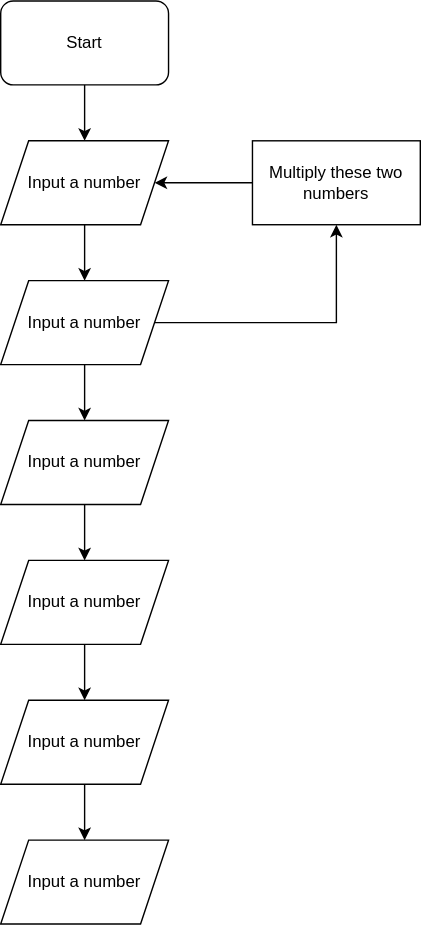
Above: Lessons/Unit4/6 numbers.drawio.svg in PPMAN123/ICS2D1 (draw.io), before the change. Source tidied: cells renumbered, new cells last; positions are measured from the earlier drawing's top-left corner, leaving out a move shared by most shapes.
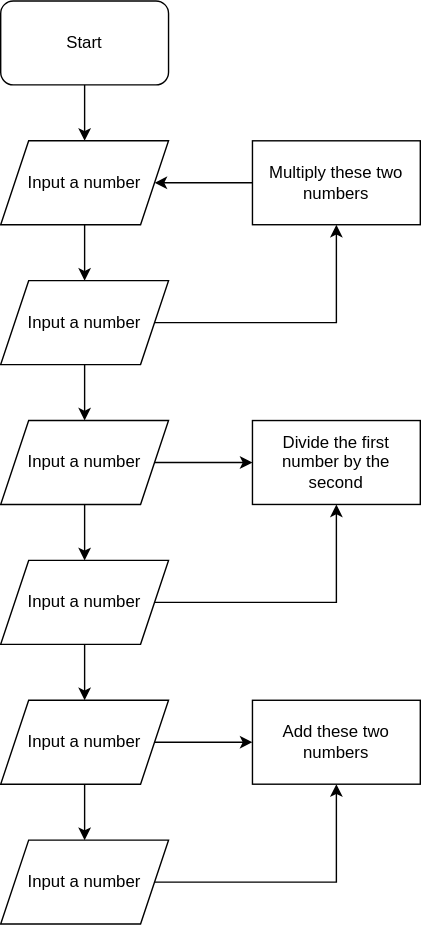
After the change.

What changed in the source:
```diff
@@ -26,21 +26,33 @@
     <mxCell id="9" style="edgeStyle=orthogonalEdgeStyle;rounded=0;jettySize=auto;html=1;" parent="1" edge="1" source="10" target="12">
       <mxGeometry relative="1" as="geometry" />
     </mxCell>
+    <mxCell id="18" style="edgeStyle=orthogonalEdgeStyle;rounded=0;jettySize=auto;html=1;" parent="1" edge="1" source="10" target="22">
+      <mxGeometry relative="1" as="geometry" />
+    </mxCell>
     <mxCell id="10" value="Input a number" style="shape=parallelogram;perimeter=parallelogramPerimeter;whiteSpace=wrap;html=1;fixedSize=1;" parent="1" vertex="1">
       <mxGeometry y="300" width="120" height="60" as="geometry" />
     </mxCell>
     <mxCell id="11" style="edgeStyle=orthogonalEdgeStyle;rounded=0;jettySize=auto;html=1;" parent="1" edge="1" source="12" target="14">
       <mxGeometry relative="1" as="geometry" />
     </mxCell>
+    <mxCell id="19" style="edgeStyle=orthogonalEdgeStyle;rounded=0;jettySize=auto;html=1;entryX=0.5;entryY=1;entryDx=0;entryDy=0;" parent="1" edge="1" source="12" target="22">
+      <mxGeometry relative="1" as="geometry" />
+    </mxCell>
     <mxCell id="12" value="Input a number" style="shape=parallelogram;perimeter=parallelogramPerimeter;whiteSpace=wrap;html=1;fixedSize=1;" parent="1" vertex="1">
       <mxGeometry y="400" width="120" height="60" as="geometry" />
     </mxCell>
     <mxCell id="13" style="edgeStyle=orthogonalEdgeStyle;rounded=0;jettySize=auto;html=1;" parent="1" edge="1" source="14" target="15">
       <mxGeometry relative="1" as="geometry" />
     </mxCell>
+    <mxCell id="20" style="edgeStyle=orthogonalEdgeStyle;rounded=0;jettySize=auto;html=1;" parent="1" edge="1" source="14" target="23">
+      <mxGeometry relative="1" as="geometry" />
+    </mxCell>
     <mxCell id="14" value="Input a number" style="shape=parallelogram;perimeter=parallelogramPerimeter;whiteSpace=wrap;html=1;fixedSize=1;" parent="1" vertex="1">
       <mxGeometry y="500" width="120" height="60" as="geometry" />
     </mxCell>
+    <mxCell id="21" style="edgeStyle=orthogonalEdgeStyle;rounded=0;jettySize=auto;html=1;entryX=0.5;entryY=1;entryDx=0;entryDy=0;" parent="1" edge="1" source="15" target="23">
+      <mxGeometry relative="1" as="geometry" />
+    </mxCell>
     <mxCell id="15" value="Input a number" style="shape=parallelogram;perimeter=parallelogramPerimeter;whiteSpace=wrap;html=1;fixedSize=1;" parent="1" vertex="1">
       <mxGeometry y="600" width="120" height="60" as="geometry" />
     </mxCell>
@@ -50,5 +62,11 @@
     <mxCell id="17" value="Multiply these two numbers" style="rounded=0;whiteSpace=wrap;html=1;" parent="1" vertex="1">
       <mxGeometry x="180" y="100" width="120" height="60" as="geometry" />
     </mxCell>
+    <mxCell id="22" value="Divide the first number by the second" style="rounded=0;whiteSpace=wrap;html=1;" parent="1" vertex="1">
+      <mxGeometry x="180" y="300" width="120" height="60" as="geometry" />
+    </mxCell>
+    <mxCell id="23" value="Add these two numbers" style="rounded=0;whiteSpace=wrap;html=1;" parent="1" vertex="1">
+      <mxGeometry x="180" y="500" width="120" height="60" as="geometry" />
+    </mxCell>
   </root>
 </mxGraphModel>
```
